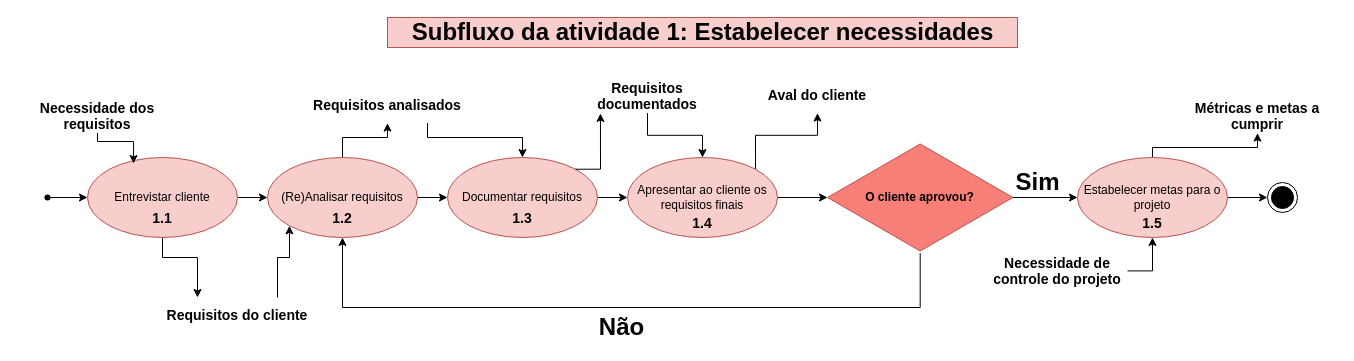
This is page "Subfluxo atv 1" (2 of 8) of Diagrama sem nome.drawio from helloisasilva/Processo-de-engenharia-de-software-para-App-mobile, a draw.io file, before an edit. Source tidied: cells renumbered, new cells numbered last; positions are measured from the earlier drawing's top-left corner, leaving out a move shared by most shapes. Both pictures are drawn from the tidied source at 100%, with x=0, y=0 at pixel (17, 17).
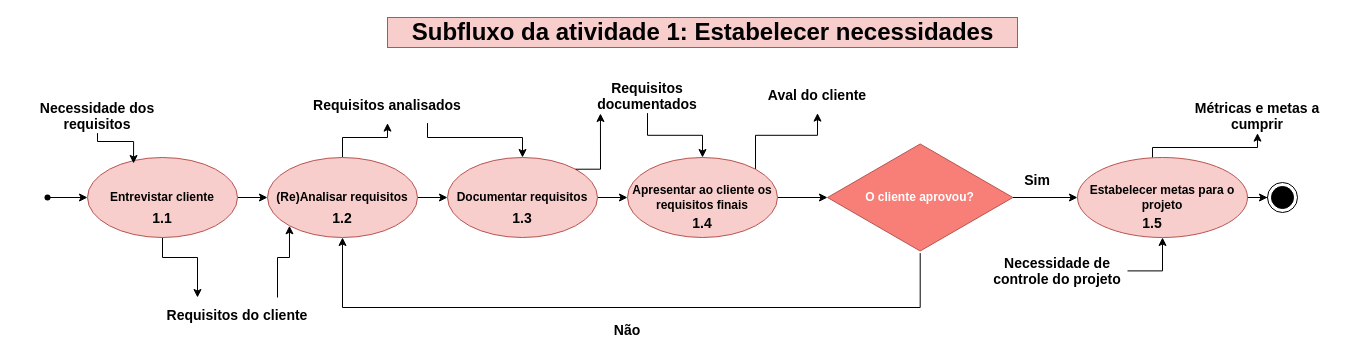
After the change.

Change to the diagram source:
```diff
@@
-    <mxCell id="6" value="Entrevistar cliente" style="ellipse;whiteSpace=wrap;html=1;fillColor=#f8cecc;strokeColor=#b85450;" parent="1" vertex="1">
+    <mxCell id="6" value="&lt;b&gt;Entrevistar cliente&lt;/b&gt;" style="ellipse;whiteSpace=wrap;html=1;fillColor=#f8cecc;strokeColor=#b85450;" parent="1" vertex="1">
       <mxGeometry x="70" y="140" width="150" height="80" as="geometry" />
     </mxCell>
@@
-    <mxCell id="9" value="(Re)Analisar requisitos" style="ellipse;whiteSpace=wrap;html=1;fillColor=#f8cecc;strokeColor=#b85450;" parent="1" vertex="1">
+    <mxCell id="9" value="&lt;b&gt;(Re)Analisar requisitos&lt;/b&gt;" style="ellipse;whiteSpace=wrap;html=1;fillColor=#f8cecc;strokeColor=#b85450;" parent="1" vertex="1">
       <mxGeometry x="250" y="140" width="150" height="80" as="geometry" />
     </mxCell>
@@
-    <mxCell id="11" value="Documentar requisitos" style="ellipse;whiteSpace=wrap;html=1;fillColor=#f8cecc;strokeColor=#b85450;" parent="1" vertex="1">
+    <mxCell id="11" value="&lt;b&gt;Documentar requisitos&lt;/b&gt;" style="ellipse;whiteSpace=wrap;html=1;fillColor=#f8cecc;strokeColor=#b85450;" parent="1" vertex="1">
       <mxGeometry x="430" y="140" width="150" height="80" as="geometry" />
     </mxCell>
@@
-    <mxCell id="14" value="Apresentar ao cliente os requisitos finais" style="ellipse;whiteSpace=wrap;html=1;fillColor=#f8cecc;strokeColor=#b85450;" parent="1" vertex="1">
+    <mxCell id="14" value="&lt;b&gt;Apresentar ao cliente os requisitos finais&lt;/b&gt;" style="ellipse;whiteSpace=wrap;html=1;fillColor=#f8cecc;strokeColor=#b85450;" parent="1" vertex="1">
       <mxGeometry x="610" y="140" width="150" height="80" as="geometry" />
     </mxCell>
@@
-    <mxCell id="18" value="Estabelecer metas para o projeto" style="ellipse;whiteSpace=wrap;html=1;fillColor=#f8cecc;strokeColor=#b85450;" parent="1" vertex="1">
-      <mxGeometry x="1060" y="140" width="150" height="80" as="geometry" />
+    <mxCell id="18" value="&lt;b&gt;Estabelecer metas para o projeto&lt;/b&gt;" style="ellipse;whiteSpace=wrap;html=1;fillColor=#f8cecc;strokeColor=#b85450;" parent="1" vertex="1">
+      <mxGeometry x="1060" y="140" width="170" height="80" as="geometry" />
     </mxCell>
@@
-    <mxCell id="21" value="&lt;b&gt;O cliente aprovou?&lt;/b&gt;" style="html=1;whiteSpace=wrap;shape=isoRectangle;fillColor=#F77F77;strokeColor=#b85450;" parent="1" vertex="1">
+    <mxCell id="21" value="&lt;b&gt;&lt;font color=&quot;#ffffff&quot;&gt;O cliente aprovou?&lt;/font&gt;&lt;/b&gt;" style="html=1;whiteSpace=wrap;shape=isoRectangle;fillColor=#F77F77;strokeColor=#b85450;" parent="1" vertex="1">
       <mxGeometry x="810" y="124.4" width="185.4" height="111.2" as="geometry" />
     </mxCell>
-    <mxCell id="22" value="Sim" style="text;strokeColor=none;fillColor=none;html=1;fontSize=24;fontStyle=1;verticalAlign=middle;align=center;" parent="1" vertex="1">
-      <mxGeometry x="990" y="150" width="60" height="30" as="geometry" />
-    </mxCell>
-    <mxCell id="23" value="Não" style="text;strokeColor=none;fillColor=none;html=1;fontSize=24;fontStyle=1;verticalAlign=middle;align=center;" parent="1" vertex="1">
-      <mxGeometry x="570" y="300" width="67.3" height="20" as="geometry" />
-    </mxCell>
@@
-    <mxCell id="30" value="&lt;font style=&quot;font-size: 14px;&quot;&gt;&lt;b&gt;Requisitos analisados&lt;/b&gt;&lt;/font&gt;" style="text;html=1;strokeColor=none;fillColor=none;align=center;verticalAlign=middle;whiteSpace=wrap;overflow=hidden;" parent="1" vertex="1">
+    <mxCell id="30" value="&lt;font style=&quot;font-size: 14px;&quot;&gt;&lt;b&gt;Requi&lt;/b&gt;&lt;b&gt;sitos analisados&lt;/b&gt;&lt;/font&gt;" style="text;html=1;strokeColor=none;fillColor=none;align=center;verticalAlign=middle;whiteSpace=wrap;overflow=hidden;" parent="1" vertex="1">
       <mxGeometry x="290" y="70" width="160" height="35.6" as="geometry" />
     </mxCell>
@@
+    <mxCell id="23" value="&lt;span style=&quot;font-size: 14px;&quot;&gt;&lt;b&gt;Não&lt;/b&gt;&lt;/span&gt;" style="text;html=1;strokeColor=none;fillColor=none;align=center;verticalAlign=middle;whiteSpace=wrap;overflow=hidden;" parent="1" vertex="1">
+      <mxGeometry x="590" y="300" width="40" height="25.6" as="geometry" />
+    </mxCell>
+    <mxCell id="22" value="&lt;span style=&quot;font-size: 14px;&quot;&gt;&lt;b&gt;Sim&lt;/b&gt;&lt;/span&gt;" style="text;html=1;strokeColor=none;fillColor=none;align=center;verticalAlign=middle;whiteSpace=wrap;overflow=hidden;" parent="1" vertex="1">
+      <mxGeometry x="1000" y="150" width="40" height="25.6" as="geometry" />
+    </mxCell>
```
